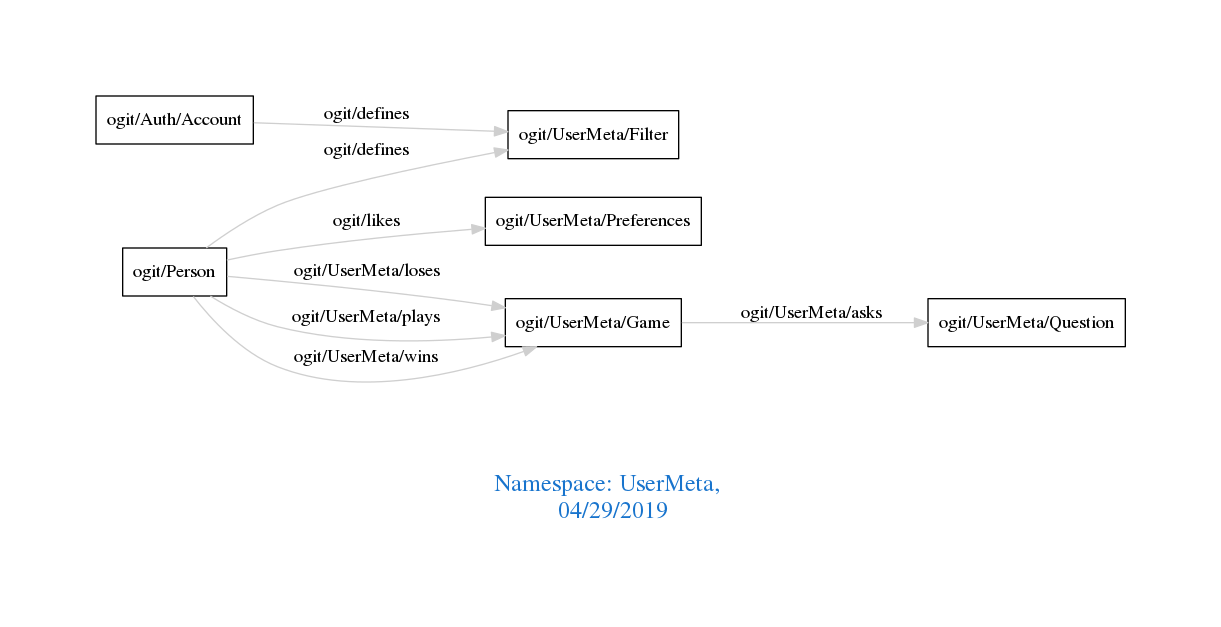
This is downloads/UserMeta.png from arago/OGIT, a Graphviz export, as it was before one commit. Its source is kept beside it as downloads/UserMeta.dot.
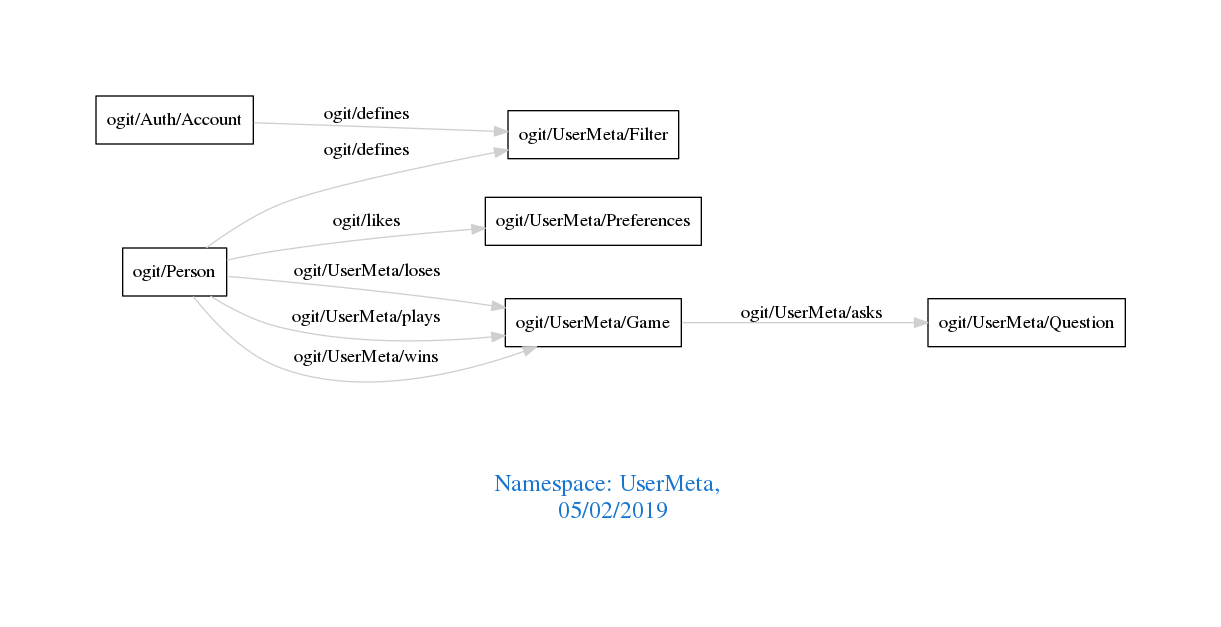
After the commit.

Change to the diagram source:
```diff
@@ -1,7 +1,7 @@
 digraph OGIT_ontology {
  graph [ rankdir= LR,pad=1
 fontsize = 18,
-fontcolor= dodgerblue3,label = "\n\n\nNamespace: UserMeta, \n 04/29/2019"];
+fontcolor= dodgerblue3,label = "\n\n\nNamespace: UserMeta, \n 05/02/2019"];
 node[shape=polygon];
 edge [  color="gray81"];
 
```
